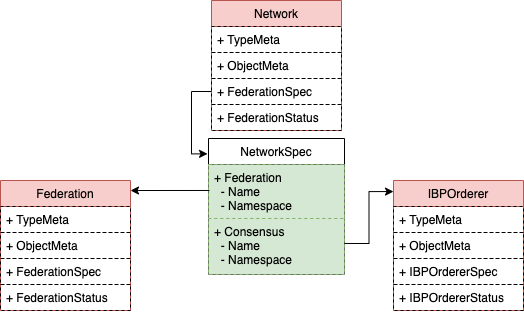
The draw.io diagram dev_design/images/network-crd.png in bestchains/product-design, before a commit. Source tidied: cells renumbered, new cells last; positions are measured from the earlier drawing's top-left corner, leaving out a move shared by most shapes.
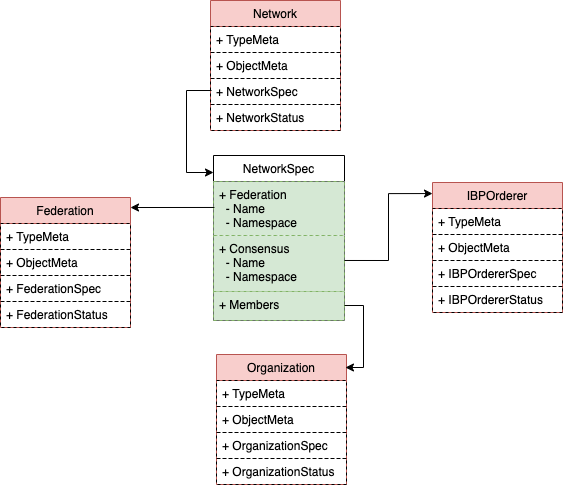
Later version of the same file.

Commit message:
fix: add Members in NetworkSpec

Diff of the diagram source:
```diff
@@ -3,16 +3,19 @@
     <mxCell id="0" />
     <mxCell id="1" parent="0" />
     <mxCell id="2" value="NetworkSpec" style="swimlane;fontStyle=0;horizontal=1;startSize=26;fillColor=none;rounded=0;shadow=0;comic=0;swimlaneLine=1;glass=0;swimlaneFillColor=none;" parent="1" vertex="1">
-      <mxGeometry x="208" y="138" width="136" height="136" as="geometry" />
+      <mxGeometry x="208" y="138" width="131" height="165" as="geometry" />
     </mxCell>
     <mxCell id="3" value="+ Federation&#10;  - Name&#10;  - Namespace" style="text;strokeColor=#82b366;fillColor=#d5e8d4;align=left;verticalAlign=top;spacingLeft=4;spacingRight=4;overflow=hidden;points=[[0,0.5],[1,0.5]];portConstraint=eastwest;rounded=0;dashed=1;glass=0;" parent="2" vertex="1">
-      <mxGeometry y="26" width="136" height="54" as="geometry" />
+      <mxGeometry y="26" width="131" height="54" as="geometry" />
     </mxCell>
     <mxCell id="4" value="+ Consensus&#10;  - Name&#10;  - Namespace" style="text;strokeColor=#82b366;fillColor=#d5e8d4;align=left;verticalAlign=top;spacingLeft=4;spacingRight=4;overflow=hidden;points=[[0,0.5],[1,0.5]];portConstraint=eastwest;rounded=0;dashed=1;glass=0;" parent="2" vertex="1">
-      <mxGeometry y="80" width="136" height="56" as="geometry" />
+      <mxGeometry y="80" width="131" height="56" as="geometry" />
     </mxCell>
+    <mxCell id="23" value="+ Members" style="text;strokeColor=#82b366;fillColor=#d5e8d4;align=left;verticalAlign=top;spacingLeft=4;spacingRight=4;overflow=hidden;points=[[0,0.5],[1,0.5]];portConstraint=eastwest;rounded=0;dashed=1;glass=0;" parent="2" vertex="1">
+      <mxGeometry y="136" width="131" height="29" as="geometry" />
+    </mxCell>
     <mxCell id="5" value="Network" style="swimlane;fontStyle=0;horizontal=1;startSize=26;fillColor=#f8cecc;rounded=0;shadow=0;comic=0;swimlaneLine=1;glass=0;swimlaneFillColor=none;strokeColor=#b85450;" parent="1" vertex="1">
-      <mxGeometry x="211" width="130" height="130" as="geometry" />
+      <mxGeometry x="205" y="-17" width="130" height="130" as="geometry" />
     </mxCell>
     <mxCell id="6" value="+ TypeMeta" style="text;strokeColor=#000000;fillColor=none;align=left;verticalAlign=top;spacingLeft=4;spacingRight=4;overflow=hidden;dashed=1;rounded=0;glass=0;" parent="5" vertex="1">
       <mxGeometry y="26" width="130" height="26" as="geometry" />
@@ -20,14 +23,14 @@
     <mxCell id="7" value="+ ObjectMeta" style="text;strokeColor=#000000;fillColor=none;align=left;verticalAlign=top;spacingLeft=4;spacingRight=4;overflow=hidden;dashed=1;rounded=0;glass=0;" parent="5" vertex="1">
       <mxGeometry y="52" width="130" height="26" as="geometry" />
     </mxCell>
-    <mxCell id="8" value="+ FederationSpec" style="text;strokeColor=#000000;fillColor=none;align=left;verticalAlign=top;spacingLeft=4;spacingRight=4;overflow=hidden;points=[[0,0.5],[1,0.5]];portConstraint=eastwest;rounded=0;dashed=1;glass=0;" parent="5" vertex="1">
+    <mxCell id="8" value="+ NetworkSpec" style="text;strokeColor=#000000;fillColor=none;align=left;verticalAlign=top;spacingLeft=4;spacingRight=4;overflow=hidden;points=[[0,0.5],[1,0.5]];portConstraint=eastwest;rounded=0;dashed=1;glass=0;" parent="5" vertex="1">
       <mxGeometry y="78" width="130" height="26" as="geometry" />
     </mxCell>
-    <mxCell id="9" value="+ FederationStatus" style="text;strokeColor=#000000;fillColor=none;align=left;verticalAlign=top;spacingLeft=4;spacingRight=4;overflow=hidden;rounded=0;dashed=1;glass=0;" parent="5" vertex="1">
+    <mxCell id="9" value="+ NetworkStatus" style="text;strokeColor=#000000;fillColor=none;align=left;verticalAlign=top;spacingLeft=4;spacingRight=4;overflow=hidden;rounded=0;dashed=1;glass=0;" parent="5" vertex="1">
       <mxGeometry y="104" width="130" height="26" as="geometry" />
     </mxCell>
     <mxCell id="10" value="IBPOrderer" style="swimlane;fontStyle=0;horizontal=1;startSize=26;fillColor=#f8cecc;rounded=0;shadow=0;comic=0;swimlaneLine=1;glass=0;swimlaneFillColor=none;strokeColor=#b85450;" parent="1" vertex="1">
-      <mxGeometry x="393" y="180" width="130" height="130" as="geometry" />
+      <mxGeometry x="427" y="165" width="130" height="130" as="geometry" />
     </mxCell>
     <mxCell id="11" value="+ TypeMeta" style="text;strokeColor=#000000;fillColor=none;align=left;verticalAlign=top;spacingLeft=4;spacingRight=4;overflow=hidden;dashed=1;rounded=0;glass=0;" parent="10" vertex="1">
       <mxGeometry y="26" width="130" height="26" as="geometry" />
@@ -41,16 +44,8 @@
     <mxCell id="14" value="+ IBPOrdererStatus" style="text;strokeColor=#000000;fillColor=none;align=left;verticalAlign=top;spacingLeft=4;spacingRight=4;overflow=hidden;rounded=0;dashed=1;glass=0;" parent="10" vertex="1">
       <mxGeometry y="104" width="130" height="26" as="geometry" />
     </mxCell>
-    <mxCell id="15" style="endArrow=classic;html=1;rounded=0;entryX=-0.007;entryY=0.113;entryDx=0;entryDy=0;entryPerimeter=0;edgeStyle=orthogonalEdgeStyle;" parent="1" edge="1" source="8" target="2">
-      <mxGeometry relative="1" as="geometry">
-        <Array as="points">
-          <mxPoint x="191" y="91" />
-          <mxPoint x="191" y="153" />
-        </Array>
-      </mxGeometry>
-    </mxCell>
     <mxCell id="16" value="Federation" style="swimlane;fontStyle=0;horizontal=1;startSize=26;fillColor=#f8cecc;rounded=0;shadow=0;comic=0;swimlaneLine=1;glass=0;swimlaneFillColor=none;strokeColor=#b85450;" parent="1" vertex="1">
-      <mxGeometry y="180" width="130" height="130" as="geometry" />
+      <mxGeometry x="-5" y="180" width="130" height="130" as="geometry" />
     </mxCell>
     <mxCell id="17" value="+ TypeMeta" style="text;strokeColor=#000000;fillColor=none;align=left;verticalAlign=top;spacingLeft=4;spacingRight=4;overflow=hidden;dashed=1;rounded=0;glass=0;" parent="16" vertex="1">
       <mxGeometry y="26" width="130" height="26" as="geometry" />
@@ -70,5 +65,36 @@
     <mxCell id="22" style="endArrow=classic;html=1;rounded=0;exitX=1;exitY=0.446;exitDx=0;exitDy=0;exitPerimeter=0;entryX=0;entryY=0.085;entryDx=0;entryDy=0;entryPerimeter=0;edgeStyle=orthogonalEdgeStyle;" parent="1" edge="1" source="4" target="10">
       <mxGeometry relative="1" as="geometry" />
     </mxCell>
+    <mxCell id="24" value="Organization" style="swimlane;fontStyle=0;horizontal=1;startSize=26;fillColor=#f8cecc;rounded=0;shadow=0;comic=0;swimlaneLine=1;glass=0;swimlaneFillColor=none;strokeColor=#b85450;" parent="1" vertex="1">
+      <mxGeometry x="211" y="337" width="130" height="130" as="geometry" />
+    </mxCell>
+    <mxCell id="25" value="+ TypeMeta" style="text;strokeColor=#000000;fillColor=none;align=left;verticalAlign=top;spacingLeft=4;spacingRight=4;overflow=hidden;dashed=1;rounded=0;glass=0;" parent="24" vertex="1">
+      <mxGeometry y="26" width="130" height="26" as="geometry" />
+    </mxCell>
+    <mxCell id="26" value="+ ObjectMeta" style="text;strokeColor=#000000;fillColor=none;align=left;verticalAlign=top;spacingLeft=4;spacingRight=4;overflow=hidden;dashed=1;rounded=0;glass=0;" parent="24" vertex="1">
+      <mxGeometry y="52" width="130" height="26" as="geometry" />
+    </mxCell>
+    <mxCell id="27" value="+ OrganizationSpec" style="text;strokeColor=#000000;fillColor=none;align=left;verticalAlign=top;spacingLeft=4;spacingRight=4;overflow=hidden;rounded=0;dashed=1;glass=0;" parent="24" vertex="1">
+      <mxGeometry y="78" width="130" height="26" as="geometry" />
+    </mxCell>
+    <mxCell id="28" value="+ OrganizationStatus" style="text;strokeColor=#000000;fillColor=none;align=left;verticalAlign=top;spacingLeft=4;spacingRight=4;overflow=hidden;rounded=0;dashed=1;glass=0;" parent="24" vertex="1">
+      <mxGeometry y="104" width="130" height="26" as="geometry" />
+    </mxCell>
+    <mxCell id="15" style="endArrow=classic;html=1;rounded=0;exitX=0.008;exitY=0.462;exitDx=0;exitDy=0;exitPerimeter=0;entryX=0;entryY=0.103;entryDx=0;entryDy=0;entryPerimeter=0;edgeStyle=orthogonalEdgeStyle;" parent="1" edge="1" source="8" target="2">
+      <mxGeometry relative="1" as="geometry">
+        <Array as="points">
+          <mxPoint x="181" y="73" />
+          <mxPoint x="181" y="155" />
+        </Array>
+      </mxGeometry>
+    </mxCell>
+    <mxCell id="29" style="endArrow=classic;html=1;rounded=0;exitX=1;exitY=0.483;exitDx=0;exitDy=0;exitPerimeter=0;entryX=0.992;entryY=0.1;entryDx=0;entryDy=0;entryPerimeter=0;edgeStyle=orthogonalEdgeStyle;" parent="1" edge="1" source="23" target="24">
+      <mxGeometry relative="1" as="geometry">
+        <Array as="points">
+          <mxPoint x="358" y="288" />
+          <mxPoint x="358" y="350" />
+        </Array>
+      </mxGeometry>
+    </mxCell>
   </root>
 </mxGraphModel>
```
